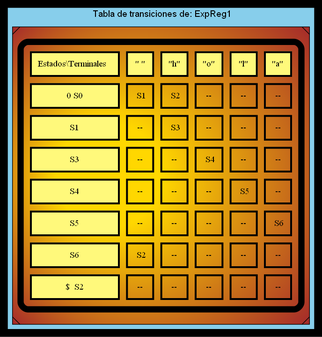
The Graphviz diagram TRANSICIONES_202000119/TransicionesExpReg1.png in SergieArizandieta/OLC1-P1-202000119, before a commit. Its source is kept beside it as TRANSICIONES_202000119/TransicionesExpReg1.dot.
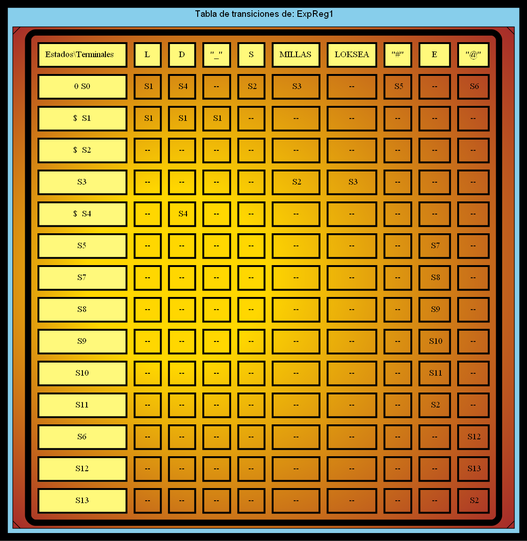
After the commit.

Change to the diagram source:
```diff
@@ -8,55 +8,35 @@
   <TABLE border="10" cellspacing="10" cellpadding="10" style="rounded" gradientangle="315">
   <TR>
       <TD border="3" bgcolor="#FFF97B">Estados\Terminales  </TD>
-      <TD border="3" bgcolor="#FFF97B">" "</TD>
-      <TD border="3" bgcolor="#FFF97B">"h"</TD>
-      <TD border="3" bgcolor="#FFF97B">"o"</TD>
-      <TD border="3" bgcolor="#FFF97B">"l"</TD>
-      <TD border="3" bgcolor="#FFF97B">"a"</TD>
+      <TD border="3" bgcolor="#FFF97B">L</TD>
+      <TD border="3" bgcolor="#FFF97B">D</TD>
+      <TD border="3" bgcolor="#FFF97B">"_"</TD>
+      <TD border="3" bgcolor="#FFF97B">S</TD>
+      <TD border="3" bgcolor="#FFF97B">MILLAS</TD>
+      <TD border="3" bgcolor="#FFF97B">LOKSEA</TD>
+      <TD border="3" bgcolor="#FFF97B">"#"</TD>
+      <TD border="3" bgcolor="#FFF97B">E</TD>
+      <TD border="3" bgcolor="#FFF97B">"@"</TD>
   </TR>
   <TR>
       <TD border="3" bgcolor="#FFF97B">0 S0</TD>
       <TD border="3" > S1</TD>
+      <TD border="3" > S4</TD>
+      <TD border="3" > -- </TD>
       <TD border="3" > S2</TD>
-      <TD border="3" > -- </TD>
-      <TD border="3" > -- </TD>
-      <TD border="3" > -- </TD>
-  </TR>
-  <TR>
-      <TD border="3" bgcolor="#FFF97B">S1</TD>
-      <TD border="3" > -- </TD>
       <TD border="3" > S3</TD>
       <TD border="3" > -- </TD>
-      <TD border="3" > -- </TD>
-      <TD border="3" > -- </TD>
-  </TR>
-  <TR>
-      <TD border="3" bgcolor="#FFF97B">S3</TD>
-      <TD border="3" > -- </TD>
-      <TD border="3" > -- </TD>
-      <TD border="3" > S4</TD>
-      <TD border="3" > -- </TD>
-      <TD border="3" > -- </TD>
-  </TR>
-  <TR>
-      <TD border="3" bgcolor="#FFF97B">S4</TD>
-      <TD border="3" > -- </TD>
-      <TD border="3" > -- </TD>
-      <TD border="3" > -- </TD>
       <TD border="3" > S5</TD>
-      <TD border="3" > -- </TD>
-  </TR>
-  <TR>
-      <TD border="3" bgcolor="#FFF97B">S5</TD>
-      <TD border="3" > -- </TD>
-      <TD border="3" > -- </TD>
-      <TD border="3" > -- </TD>
       <TD border="3" > -- </TD>
       <TD border="3" > S6</TD>
   </TR>
   <TR>
-      <TD border="3" bgcolor="#FFF97B">S6</TD>
-      <TD border="3" > S2</TD>
+      <TD border="3" bgcolor="#FFF97B">$  S1</TD>
+      <TD border="3" > S1</TD>
+      <TD border="3" > S1</TD>
+      <TD border="3" > S1</TD>
+      <TD border="3" > -- </TD>
+      <TD border="3" > -- </TD>
       <TD border="3" > -- </TD>
       <TD border="3" > -- </TD>
       <TD border="3" > -- </TD>
@@ -69,6 +49,142 @@
       <TD border="3" > -- </TD>
       <TD border="3" > -- </TD>
       <TD border="3" > -- </TD>
+      <TD border="3" > -- </TD>
+      <TD border="3" > -- </TD>
+      <TD border="3" > -- </TD>
+      <TD border="3" > -- </TD>
+  </TR>
+  <TR>
+      <TD border="3" bgcolor="#FFF97B">S3</TD>
+      <TD border="3" > -- </TD>
+      <TD border="3" > -- </TD>
+      <TD border="3" > -- </TD>
+      <TD border="3" > -- </TD>
+      <TD border="3" > S2</TD>
+      <TD border="3" > S3</TD>
+      <TD border="3" > -- </TD>
+      <TD border="3" > -- </TD>
+      <TD border="3" > -- </TD>
+  </TR>
+  <TR>
+      <TD border="3" bgcolor="#FFF97B">$  S4</TD>
+      <TD border="3" > -- </TD>
+      <TD border="3" > S4</TD>
+      <TD border="3" > -- </TD>
+      <TD border="3" > -- </TD>
+      <TD border="3" > -- </TD>
+      <TD border="3" > -- </TD>
+      <TD border="3" > -- </TD>
+      <TD border="3" > -- </TD>
+      <TD border="3" > -- </TD>
+  </TR>
+  <TR>
+      <TD border="3" bgcolor="#FFF97B">S5</TD>
+      <TD border="3" > -- </TD>
+      <TD border="3" > -- </TD>
+      <TD border="3" > -- </TD>
+      <TD border="3" > -- </TD>
+      <TD border="3" > -- </TD>
+      <TD border="3" > -- </TD>
+      <TD border="3" > -- </TD>
+      <TD border="3" > S7</TD>
+      <TD border="3" > -- </TD>
+  </TR>
+  <TR>
+      <TD border="3" bgcolor="#FFF97B">S7</TD>
+      <TD border="3" > -- </TD>
+      <TD border="3" > -- </TD>
+      <TD border="3" > -- </TD>
+      <TD border="3" > -- </TD>
+      <TD border="3" > -- </TD>
+      <TD border="3" > -- </TD>
+      <TD border="3" > -- </TD>
+      <TD border="3" > S8</TD>
+      <TD border="3" > -- </TD>
+  </TR>
+  <TR>
+      <TD border="3" bgcolor="#FFF97B">S8</TD>
+      <TD border="3" > -- </TD>
+      <TD border="3" > -- </TD>
+      <TD border="3" > -- </TD>
+      <TD border="3" > -- </TD>
+      <TD border="3" > -- </TD>
+      <TD border="3" > -- </TD>
+      <TD border="3" > -- </TD>
+      <TD border="3" > S9</TD>
+      <TD border="3" > -- </TD>
+  </TR>
+  <TR>
+      <TD border="3" bgcolor="#FFF97B">S9</TD>
+      <TD border="3" > -- </TD>
+      <TD border="3" > -- </TD>
+      <TD border="3" > -- </TD>
+      <TD border="3" > -- </TD>
+      <TD border="3" > -- </TD>
+      <TD border="3" > -- </TD>
+      <TD border="3" > -- </TD>
+      <TD border="3" > S10</TD>
+      <TD border="3" > -- </TD>
+  </TR>
+  <TR>
+      <TD border="3" bgcolor="#FFF97B">S10</TD>
+      <TD border="3" > -- </TD>
+      <TD border="3" > -- </TD>
+      <TD border="3" > -- </TD>
+      <TD border="3" > -- </TD>
+      <TD border="3" > -- </TD>
+      <TD border="3" > -- </TD>
+      <TD border="3" > -- </TD>
+      <TD border="3" > S11</TD>
+      <TD border="3" > -- </TD>
+  </TR>
+  <TR>
+      <TD border="3" bgcolor="#FFF97B">S11</TD>
+      <TD border="3" > -- </TD>
+      <TD border="3" > -- </TD>
+      <TD border="3" > -- </TD>
+      <TD border="3" > -- </TD>
+      <TD border="3" > -- </TD>
+      <TD border="3" > -- </TD>
+      <TD border="3" > -- </TD>
+      <TD border="3" > S2</TD>
+      <TD border="3" > -- </TD>
+  </TR>
+  <TR>
+      <TD border="3" bgcolor="#FFF97B">S6</TD>
+      <TD border="3" > -- </TD>
+      <TD border="3" > -- </TD>
+      <TD border="3" > -- </TD>
+      <TD border="3" > -- </TD>
+      <TD border="3" > -- </TD>
+      <TD border="3" > -- </TD>
+      <TD border="3" > -- </TD>
+      <TD border="3" > -- </TD>
+      <TD border="3" > S12</TD>
+  </TR>
+  <TR>
+      <TD border="3" bgcolor="#FFF97B">S12</TD>
+      <TD border="3" > -- </TD>
+      <TD border="3" > -- </TD>
+      <TD border="3" > -- </TD>
+      <TD border="3" > -- </TD>
+      <TD border="3" > -- </TD>
+      <TD border="3" > -- </TD>
+      <TD border="3" > -- </TD>
+      <TD border="3" > -- </TD>
+      <TD border="3" > S13</TD>
+  </TR>
+  <TR>
+      <TD border="3" bgcolor="#FFF97B">S13</TD>
+      <TD border="3" > -- </TD>
+      <TD border="3" > -- </TD>
+      <TD border="3" > -- </TD>
+      <TD border="3" > -- </TD>
+      <TD border="3" > -- </TD>
+      <TD border="3" > -- </TD>
+      <TD border="3" > -- </TD>
+      <TD border="3" > -- </TD>
+      <TD border="3" > S2</TD>
   </TR>
 
 </TABLE>>];}}
```
